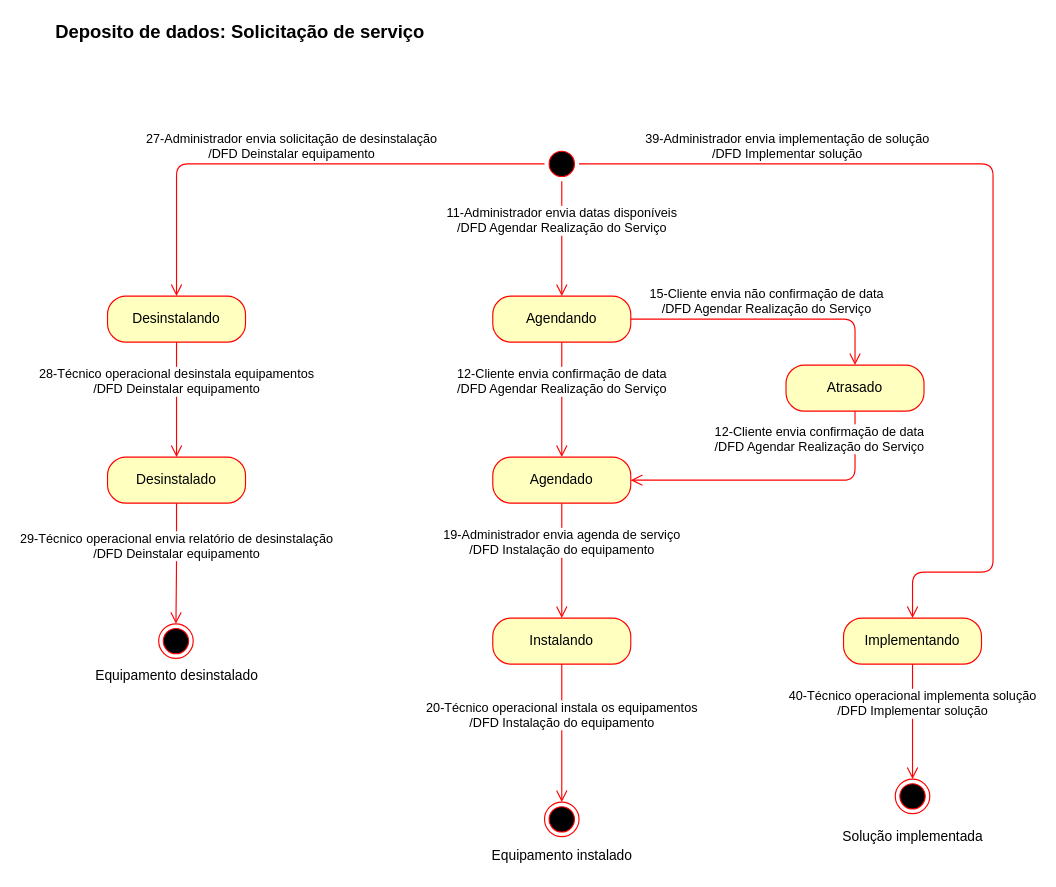
The draw.io diagram page "Solicitação de serviço" (2 of 3) of 21 - Análise do ciclo de vida.drawio in somosafsociety/Eng-Soft-EC2A, before the edit. Source tidied: cells renumbered, new cells numbered last; positions are measured from the earlier drawing's top-left corner, leaving out a move shared by most shapes. Both pictures are drawn from the tidied source at 115%, with x=0, y=0 at pixel (44, 20).
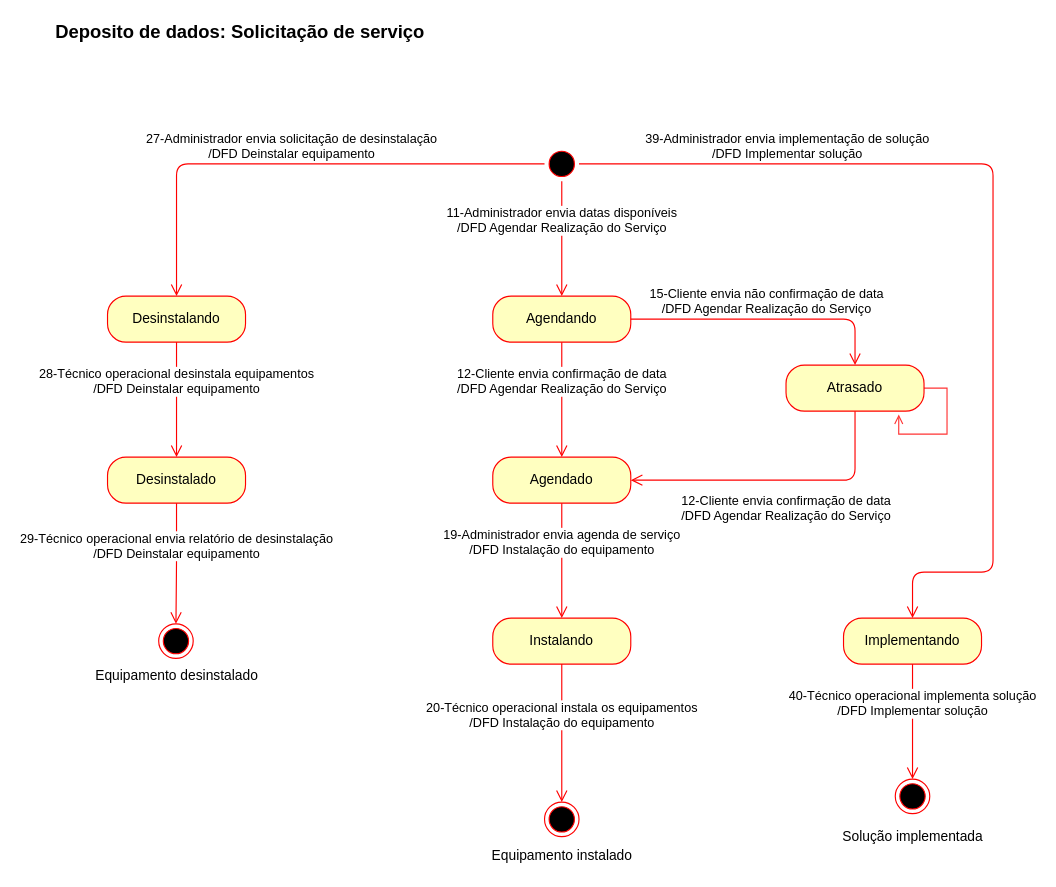
Above is the later version.

Unchanged cells that the change refers to:
```xml
<mxCell id="6" value="Agendado" style="rounded=1;whiteSpace=wrap;html=1;arcSize=40;fontColor=#000000;fillColor=#ffffc0;strokeColor=#ff0000;" parent="1" vertex="1">
  <mxGeometry x="390" y="380" width="120" height="40" as="geometry" />
</mxCell>
<mxCell id="27" value="Atrasado" style="rounded=1;whiteSpace=wrap;html=1;arcSize=40;fontColor=#000000;fillColor=#ffffc0;strokeColor=#ff0000;" parent="1" vertex="1">
  <mxGeometry x="645" y="300" width="120" height="40" as="geometry" />
</mxCell>
```

Diff of the diagram source:
```diff
@@
+    <mxCell id="30" style="edgeStyle=orthogonalEdgeStyle;rounded=0;orthogonalLoop=1;jettySize=auto;html=1;endArrow=open;endFill=0;strokeColor=#FF3333;entryX=0.817;entryY=1.075;entryDx=0;entryDy=0;entryPerimeter=0;" parent="1" edge="1" source="27" target="27">
+      <mxGeometry relative="1" as="geometry">
+        <Array as="points">
+          <mxPoint x="785" y="320" />
+          <mxPoint x="785" y="360" />
+          <mxPoint x="743" y="360" />
+        </Array>
+      </mxGeometry>
+    </mxCell>
@@
     <mxCell id="28" value="12-Cliente envia confirmação de data&lt;br&gt;/DFD Agendar Realização do Serviço" style="edgeStyle=orthogonalEdgeStyle;html=1;verticalAlign=bottom;endArrow=open;endSize=8;strokeColor=#ff0000;entryX=1;entryY=0.5;entryDx=0;entryDy=0;exitX=0.5;exitY=1;exitDx=0;exitDy=0;" parent="1" edge="1" source="27" target="6">
-      <mxGeometry x="-0.29" y="-20" relative="1" as="geometry" />
+      <mxGeometry x="-0.53" y="-72" relative="1" as="geometry">
+        <mxPoint x="-60" y="112" as="offset" />
+      </mxGeometry>
     </mxCell>
```
